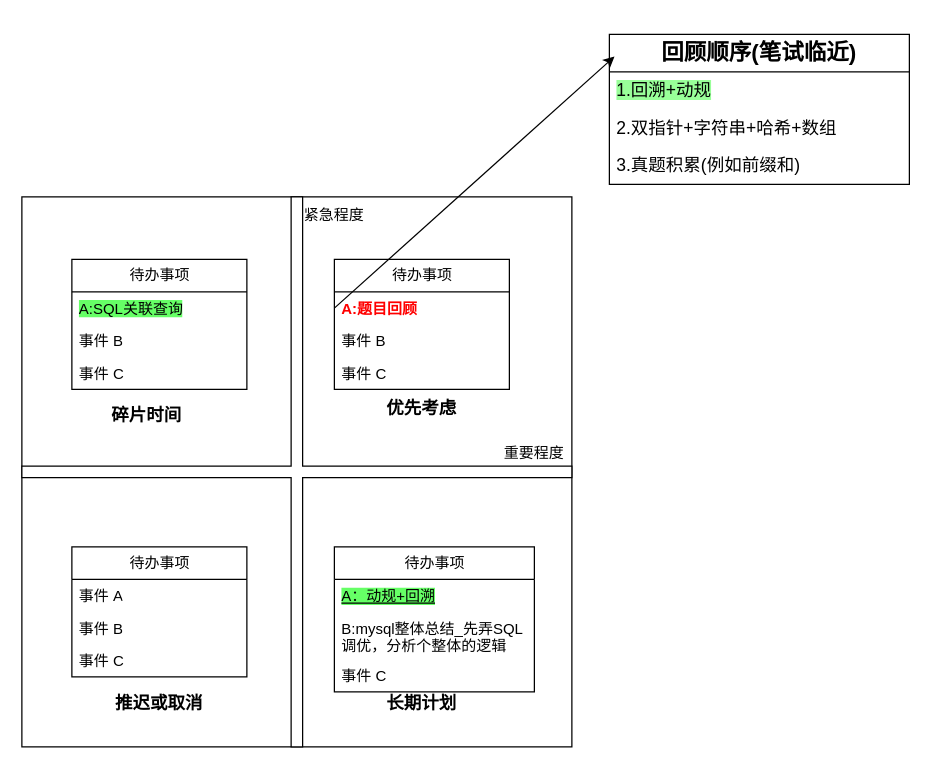
The draw.io diagram 优先级象限.drawio in beyondgogogo/Graph, before the edit. Source tidied: cells renumbered, new cells numbered last; positions are measured from the earlier drawing's top-left corner, leaving out a move shared by most shapes. Both pictures are drawn from the tidied source at 125%, with x=0, y=0 at pixel (21, 34).
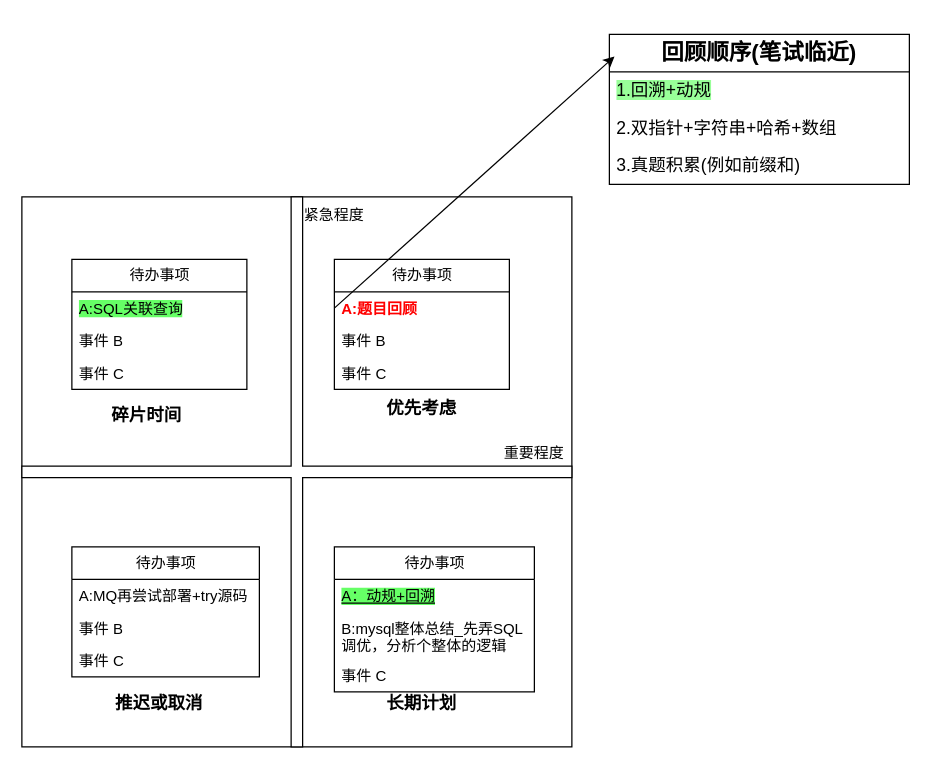
Above is the later version.

Commit message:
更新优先级象限.drawio

What changed in the source:
```diff
@@
     <mxCell id="18" value="待办事项" style="swimlane;fontStyle=0;horizontal=1;startSize=26;fillColor=none;html=1;" parent="1" vertex="1">
-      <mxGeometry x="40" y="410" width="140" height="104" as="geometry" />
+      <mxGeometry x="40" y="410" width="150" height="104" as="geometry" />
     </mxCell>
-    <mxCell id="19" value="事件 A" style="text;strokeColor=none;fillColor=none;align=left;verticalAlign=top;spacingLeft=4;spacingRight=4;overflow=hidden;whiteSpace=wrap;html=1;" parent="18" vertex="1">
-      <mxGeometry y="26" width="140" height="26" as="geometry" />
+    <mxCell id="19" value="A:MQ再尝试部署+try源码" style="text;strokeColor=none;fillColor=none;align=left;verticalAlign=top;spacingLeft=4;spacingRight=4;overflow=hidden;whiteSpace=wrap;html=1;" parent="18" vertex="1">
+      <mxGeometry y="26" width="150" height="26" as="geometry" />
     </mxCell>
     <mxCell id="20" value="事件 B" style="text;strokeColor=none;fillColor=none;align=left;verticalAlign=top;spacingLeft=4;spacingRight=4;overflow=hidden;whiteSpace=wrap;html=1;" parent="18" vertex="1">
-      <mxGeometry y="52" width="140" height="26" as="geometry" />
+      <mxGeometry y="52" width="150" height="26" as="geometry" />
     </mxCell>
     <mxCell id="21" value="事件 C" style="text;strokeColor=none;fillColor=none;align=left;verticalAlign=top;spacingLeft=4;spacingRight=4;overflow=hidden;whiteSpace=wrap;html=1;" parent="18" vertex="1">
-      <mxGeometry y="78" width="140" height="26" as="geometry" />
+      <mxGeometry y="78" width="150" height="26" as="geometry" />
     </mxCell>
```
